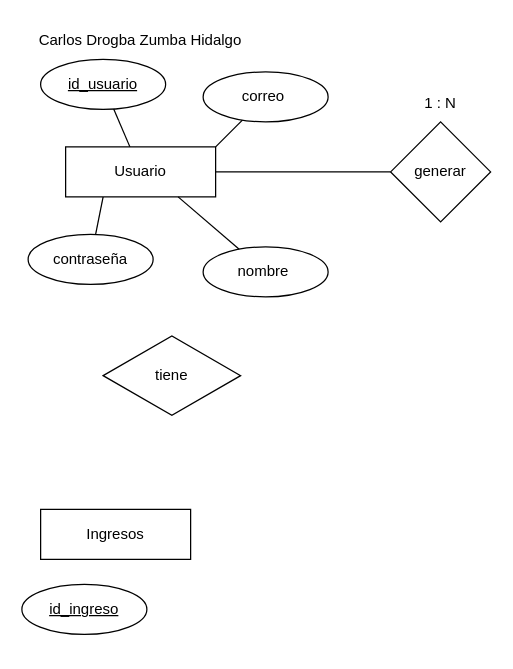
Above: Proyecto de unidad 1.drawio in CarlosZumba16/Base-de-Datos-Unidad-1 (draw.io), before the change. Source tidied: cells renumbered, new cells numbered last; positions are measured from the earlier drawing's top-left corner, leaving out a move shared by most shapes. Both pictures are drawn from the tidied source at 125%, with x=0, y=0 at pixel (21, 21).
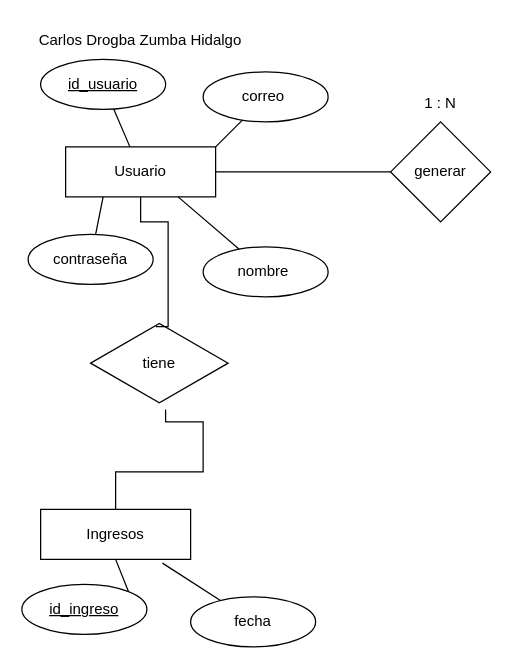
Above is the later version.

Unchanged cells that the change refers to:
```xml
<mxCell id="3" value="Usuario" style="rounded=0;whiteSpace=wrap;html=1;" parent="1" vertex="1">
  <mxGeometry x="35" y="100" width="120" height="40" as="geometry" />
</mxCell>
<mxCell id="4" value="Ingresos" style="rounded=0;whiteSpace=wrap;html=1;" parent="1" vertex="1">
  <mxGeometry x="15" y="390" width="120" height="40" as="geometry" />
</mxCell>
<mxCell id="17" value="&lt;u&gt;id_ingreso&lt;/u&gt;" style="ellipse;whiteSpace=wrap;html=1;align=center;newEdgeStyle={&quot;edgeStyle&quot;:&quot;entityRelationEdgeStyle&quot;,&quot;startArrow&quot;:&quot;none&quot;,&quot;endArrow&quot;:&quot;none&quot;,&quot;segment&quot;:10,&quot;curved&quot;:1,&quot;sourcePerimeterSpacing&quot;:0,&quot;targetPerimeterSpacing&quot;:0};" parent="1" vertex="1">
  <mxGeometry y="450" width="100" height="40" as="geometry" />
</mxCell>
```

The edit, as a diff of the source:
```diff
@@
     <mxCell id="5" value="tiene" style="html=1;whiteSpace=wrap;shape=isoRectangle;" parent="1" vertex="1">
-      <mxGeometry x="65" y="250" width="110" height="66" as="geometry" />
+      <mxGeometry x="55" y="240" width="110" height="66" as="geometry" />
     </mxCell>
@@
+    <mxCell id="18" value="fecha" style="ellipse;whiteSpace=wrap;html=1;align=center;newEdgeStyle={&quot;edgeStyle&quot;:&quot;entityRelationEdgeStyle&quot;,&quot;startArrow&quot;:&quot;none&quot;,&quot;endArrow&quot;:&quot;none&quot;,&quot;segment&quot;:10,&quot;curved&quot;:1,&quot;sourcePerimeterSpacing&quot;:0,&quot;targetPerimeterSpacing&quot;:0};" parent="1" vertex="1">
+      <mxGeometry x="135" y="460" width="100" height="40" as="geometry" />
+    </mxCell>
+    <mxCell id="19" style="rounded=0;jettySize=auto;html=1;exitX=0.5;exitY=1;exitDx=0;exitDy=0;endArrow=none;endFill=0;entryX=1;entryY=0;entryDx=0;entryDy=0;" parent="1" edge="1" source="4" target="17">
+      <mxGeometry relative="1" as="geometry" />
+    </mxCell>
+    <mxCell id="20" style="rounded=0;jettySize=auto;html=1;exitX=0.812;exitY=1.075;exitDx=0;exitDy=0;endArrow=none;endFill=0;exitPerimeter=0;" parent="1" edge="1" source="4" target="18">
+      <mxGeometry relative="1" as="geometry" />
+    </mxCell>
+    <mxCell id="21" style="edgeStyle=orthogonalEdgeStyle;rounded=0;jettySize=auto;html=1;exitX=0.5;exitY=1;exitDx=0;exitDy=0;entryX=0.475;entryY=0.058;entryDx=0;entryDy=0;entryPerimeter=0;endArrow=none;endFill=0;" parent="1" edge="1" source="3" target="5">
+      <mxGeometry relative="1" as="geometry">
+        <Array as="points">
+          <mxPoint x="95" y="160" />
+          <mxPoint x="117" y="160" />
+        </Array>
+      </mxGeometry>
+    </mxCell>
+    <mxCell id="22" style="edgeStyle=orthogonalEdgeStyle;rounded=0;jettySize=auto;html=1;exitX=0.545;exitY=1.061;exitDx=0;exitDy=0;entryX=0.5;entryY=0;entryDx=0;entryDy=0;endArrow=none;endFill=0;exitPerimeter=0;" parent="1" edge="1" source="5" target="4">
+      <mxGeometry relative="1" as="geometry">
+        <Array as="points">
+          <mxPoint x="145" y="320" />
+          <mxPoint x="145" y="360" />
+          <mxPoint x="75" y="360" />
+        </Array>
+      </mxGeometry>
+    </mxCell>
```
